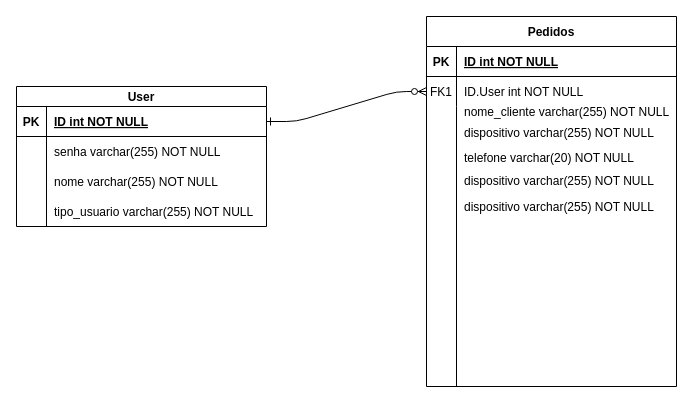
Above: Modelo_Logico.drawio in ArcanjoDaGuarda/AnjoProjetos (draw.io), before the change. Source tidied: cells renumbered, new cells numbered last; positions are measured from the earlier drawing's top-left corner, leaving out a move shared by most shapes. Both pictures are drawn from the tidied source at 100%, with x=0, y=0 at pixel (16, 16).
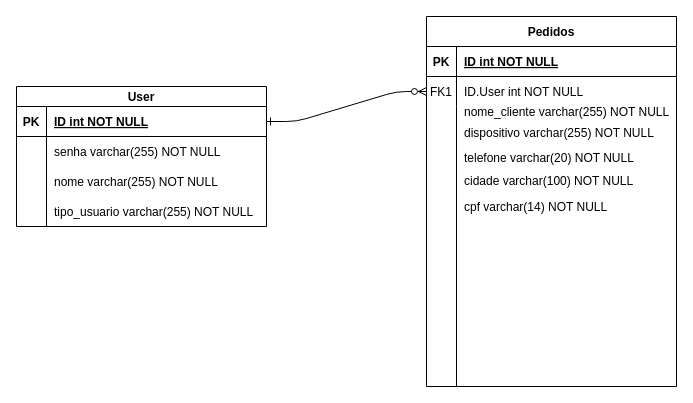
Above is the later version.

What changed in the source:
```diff
@@
-    <mxCell id="25" value="dispositivo varchar(255) NOT NULL" style="shape=partialRectangle;overflow=hidden;fillColor=none;top=0;left=0;bottom=0;right=0;align=left;spacingLeft=6;" parent="1" vertex="1">
+    <mxCell id="25" value="cidade varchar(100) NOT NULL" style="shape=partialRectangle;overflow=hidden;fillColor=none;top=0;left=0;bottom=0;right=0;align=left;spacingLeft=6;" parent="1" vertex="1">
       <mxGeometry x="440" y="149" width="220" height="30" as="geometry" />
     </mxCell>
-    <mxCell id="26" value="dispositivo varchar(255) NOT NULL" style="shape=partialRectangle;overflow=hidden;fillColor=none;top=0;left=0;bottom=0;right=0;align=left;spacingLeft=6;" parent="1" vertex="1">
+    <mxCell id="26" value="cpf varchar(14) NOT NULL" style="shape=partialRectangle;overflow=hidden;fillColor=none;top=0;left=0;bottom=0;right=0;align=left;spacingLeft=6;" parent="1" vertex="1">
       <mxGeometry x="440" y="175" width="220" height="30" as="geometry" />
     </mxCell>
```
